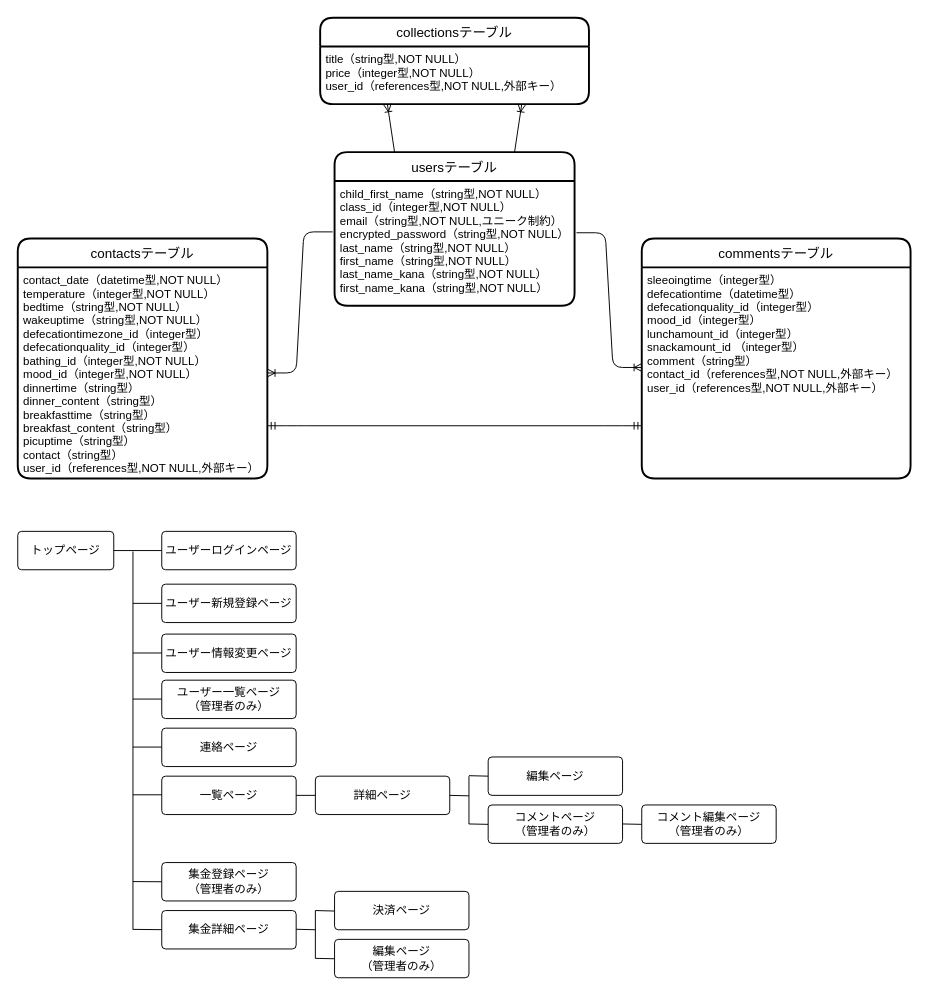
Before: contact.dio in sugisanize/contact_book, a draw.io diagram. Source tidied: cells renumbered, new cells numbered last; positions are measured from the earlier drawing's top-left corner, leaving out a move shared by most shapes. Both pictures are drawn from the tidied source at 96%, with x=0, y=0 at pixel (17, 17).
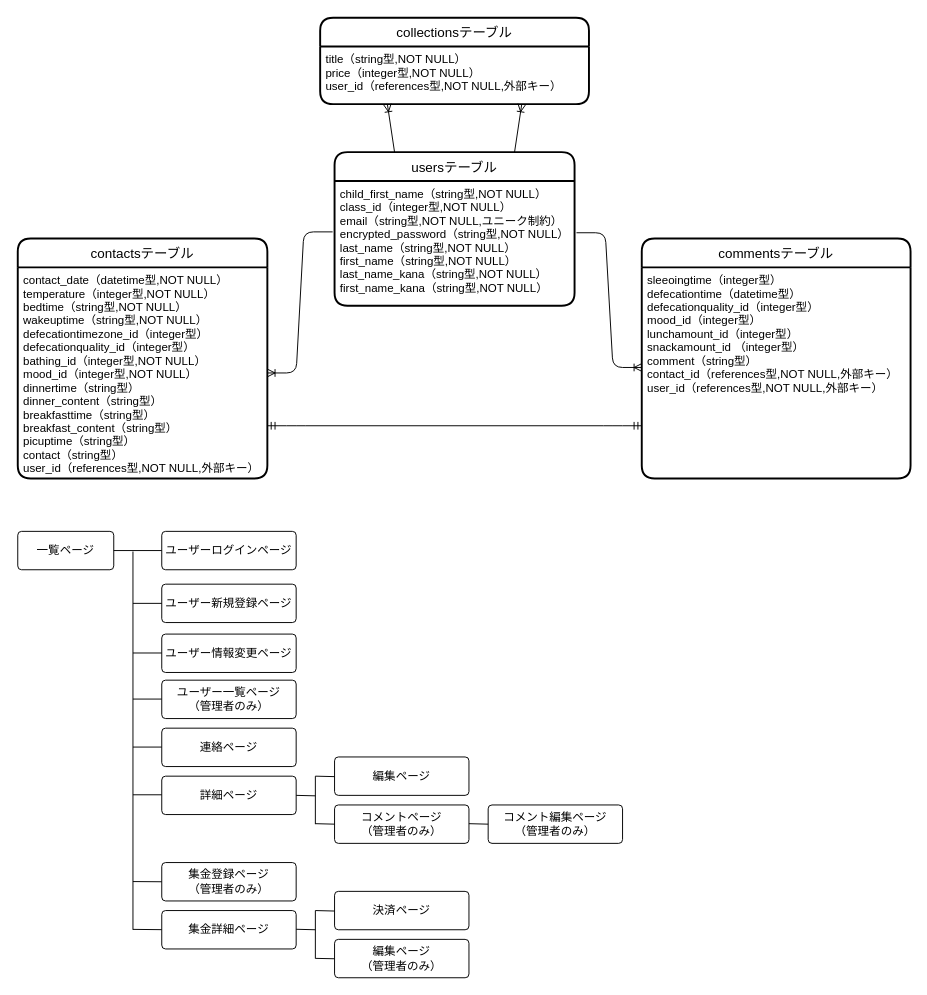
The same diagram, later.

Commit message:
ページ遷移図修正

Change to the diagram source:
```diff
@@
-    <mxCell id="15" value="トップページ" style="rounded=1;arcSize=10;whiteSpace=wrap;html=1;align=center;" parent="1" vertex="1">
+    <mxCell id="15" value="一覧ページ" style="rounded=1;arcSize=10;whiteSpace=wrap;html=1;align=center;" parent="1" vertex="1">
       <mxGeometry y="535" width="100" height="40" as="geometry" />
     </mxCell>
@@
-    <mxCell id="20" value="一覧ページ" style="rounded=1;arcSize=10;whiteSpace=wrap;html=1;align=center;" parent="1" vertex="1">
-      <mxGeometry x="150" y="790" width="140" height="40" as="geometry" />
-    </mxCell>
     <mxCell id="21" value="詳細ページ" style="rounded=1;arcSize=10;whiteSpace=wrap;html=1;align=center;" parent="1" vertex="1">
-      <mxGeometry x="310" y="790" width="140" height="40" as="geometry" />
+      <mxGeometry x="150" y="790" width="140" height="40" as="geometry" />
     </mxCell>
     <mxCell id="22" value="編集ページ" style="rounded=1;arcSize=10;whiteSpace=wrap;html=1;align=center;" parent="1" vertex="1">
-      <mxGeometry x="490" y="770" width="140" height="40" as="geometry" />
+      <mxGeometry x="330" y="770" width="140" height="40" as="geometry" />
     </mxCell>
     <mxCell id="23" value="コメントページ&lt;br&gt;（管理者のみ）" style="rounded=1;arcSize=10;whiteSpace=wrap;html=1;align=center;" parent="1" vertex="1">
-      <mxGeometry x="490" y="820" width="140" height="40" as="geometry" />
+      <mxGeometry x="330" y="820" width="140" height="40" as="geometry" />
     </mxCell>
@@
     <mxCell id="29" value="コメント編集ページ&lt;br&gt;（管理者のみ）" style="rounded=1;arcSize=10;whiteSpace=wrap;html=1;align=center;" parent="1" vertex="1">
-      <mxGeometry x="650" y="820" width="140" height="40" as="geometry" />
+      <mxGeometry x="490" y="820" width="140" height="40" as="geometry" />
     </mxCell>
@@
-    <mxCell id="37" style="endArrow=none;html=1;rounded=0;entryX=0;entryY=0.5;entryDx=0;entryDy=0;" parent="1" edge="1" target="21">
-      <mxGeometry relative="1" as="geometry">
-        <mxPoint x="290" y="810" as="sourcePoint" />
-      </mxGeometry>
-    </mxCell>
@@
     <mxCell id="39" style="endArrow=none;html=1;rounded=0;" parent="1" edge="1">
       <mxGeometry relative="1" as="geometry">
-        <mxPoint x="470" y="790" as="sourcePoint" />
-        <mxPoint x="470" y="840" as="targetPoint" />
+        <mxPoint x="310" y="790" as="sourcePoint" />
+        <mxPoint x="310" y="840" as="targetPoint" />
       </mxGeometry>
     </mxCell>
@@
     <mxCell id="43" style="endArrow=none;html=1;rounded=0;" parent="1" edge="1">
       <mxGeometry relative="1" as="geometry">
-        <mxPoint x="450" y="810" as="sourcePoint" />
-        <mxPoint x="470" y="810.5" as="targetPoint" />
+        <mxPoint x="290" y="810" as="sourcePoint" />
+        <mxPoint x="310" y="810.5" as="targetPoint" />
       </mxGeometry>
     </mxCell>
     <mxCell id="44" style="endArrow=none;html=1;rounded=0;" parent="1" edge="1">
       <mxGeometry relative="1" as="geometry">
-        <mxPoint x="470" y="839.8" as="sourcePoint" />
-        <mxPoint x="490" y="840.2" as="targetPoint" />
+        <mxPoint x="310" y="839.5" as="sourcePoint" />
+        <mxPoint x="330" y="840" as="targetPoint" />
       </mxGeometry>
     </mxCell>
     <mxCell id="45" style="endArrow=none;html=1;rounded=0;" parent="1" edge="1">
       <mxGeometry relative="1" as="geometry">
-        <mxPoint x="470" y="789.5" as="sourcePoint" />
-        <mxPoint x="490" y="790" as="targetPoint" />
+        <mxPoint x="310" y="790" as="sourcePoint" />
+        <mxPoint x="330" y="790.5" as="targetPoint" />
       </mxGeometry>
     </mxCell>
     <mxCell id="46" style="endArrow=none;html=1;rounded=0;" parent="1" edge="1">
       <mxGeometry relative="1" as="geometry">
-        <mxPoint x="630" y="839.8" as="sourcePoint" />
-        <mxPoint x="650" y="840.2" as="targetPoint" />
+        <mxPoint x="470" y="839.5" as="sourcePoint" />
+        <mxPoint x="490" y="840" as="targetPoint" />
       </mxGeometry>
     </mxCell>
```
